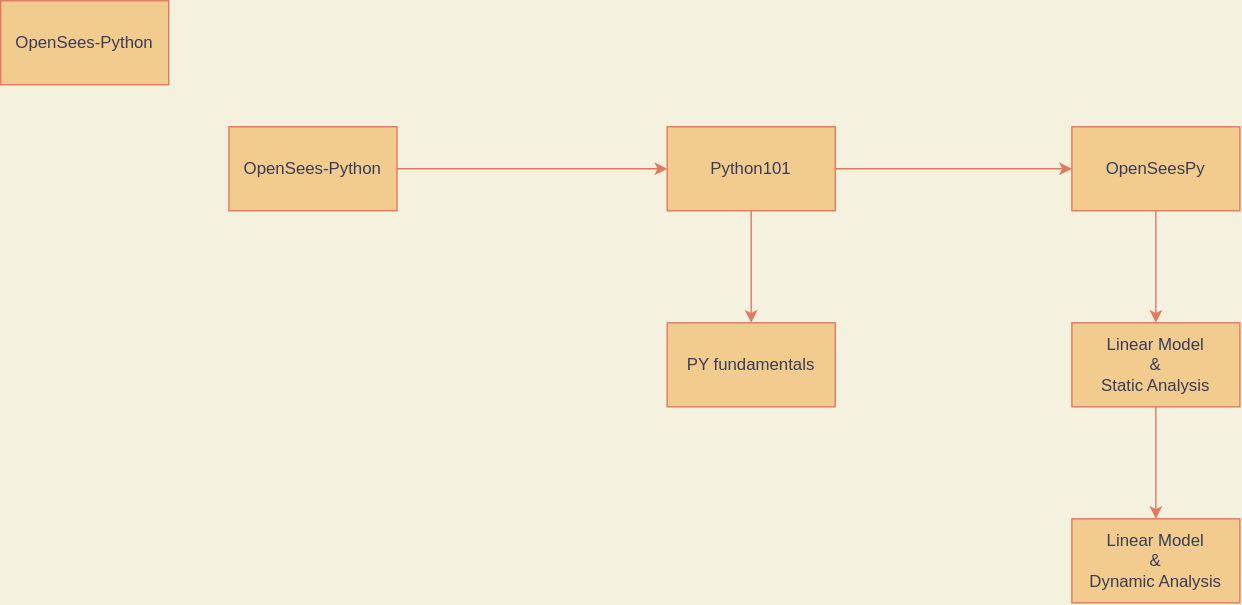
Before: Python-OpenSeesPy/img/aad_OSW-6ICEES.drawio.svg, a diagram exported from draw.io (volkanozsarac/OSW-6ICEES). Source tidied: cells renumbered, new cells last; positions are measured from the earlier drawing's top-left corner, leaving out a move shared by most shapes.
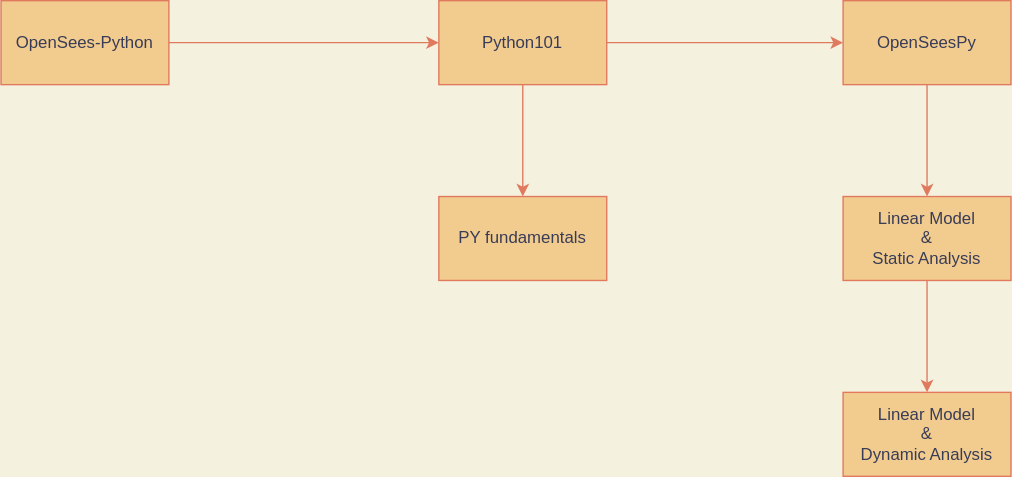
After the change.

What changed in the source:
```diff
@@ -35,8 +35,5 @@
     <mxCell id="12" value="Linear Model&lt;br&gt;&amp;amp;&lt;br&gt;Dynamic Analysis" style="rounded=0;whiteSpace=wrap;html=1;fillColor=#F2CC8F;strokeColor=#E07A5F;fontColor=#393C56;" parent="1" vertex="1">
       <mxGeometry x="765" y="370" width="120" height="60" as="geometry" />
     </mxCell>
-    <mxCell id="13" value="OpenSees-Python" style="rounded=0;whiteSpace=wrap;html=1;fillColor=#F2CC8F;strokeColor=#E07A5F;fontColor=#393C56;" parent="1" vertex="1">
-      <mxGeometry width="120" height="60" as="geometry" />
-    </mxCell>
   </root>
 </mxGraphModel>
```
